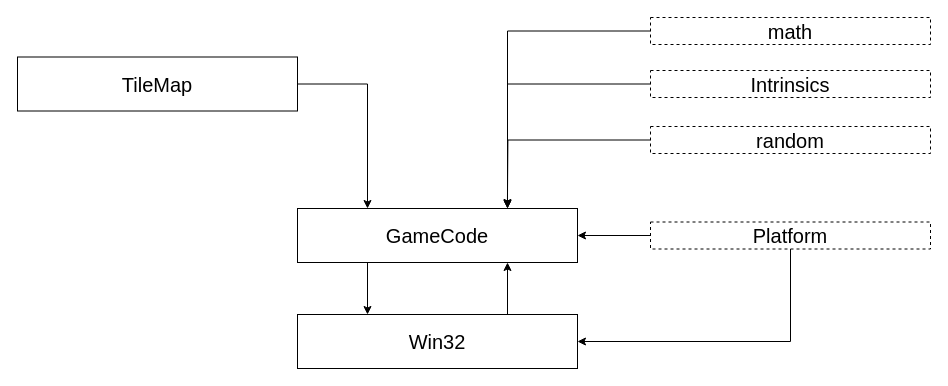
xiaodongYao/DrawIO keeps this draw.io diagram as page "Architecture" (2 of 4) of Handmadehero.drawio. Above is the earlier version. Source tidied: cells renumbered, new cells numbered last; positions are measured from the earlier drawing's top-left corner, leaving out a move shared by most shapes. Both pictures are drawn from the tidied source at 100%, with x=0, y=0 at pixel (17, 17).
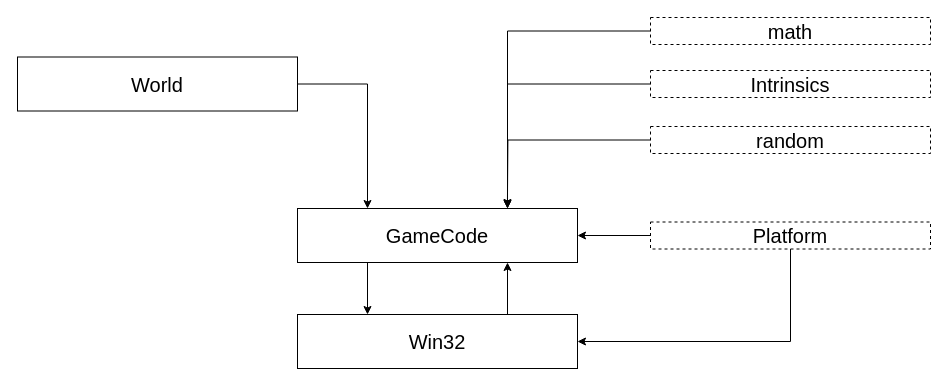
Above is the later version.

Diff of the diagram source:
```diff
@@
 <mxGraphModel>
   <root>
     <mxCell id="0" />
     <mxCell id="1" parent="0" />
     <mxCell id="2" style="edgeStyle=orthogonalEdgeStyle;rounded=0;jettySize=auto;html=1;exitX=0.75;exitY=0;exitDx=0;exitDy=0;entryX=0.75;entryY=1;entryDx=0;entryDy=0;" parent="1" edge="1" source="3" target="8">
       <mxGeometry relative="1" as="geometry" />
     </mxCell>
     <mxCell id="3" value="Win32" style="rounded=0;whiteSpace=wrap;html=1;fontSize=20;" parent="1" vertex="1">
       <mxGeometry x="280" y="297" width="280" height="54" as="geometry" />
     </mxCell>
     <mxCell id="4" style="edgeStyle=orthogonalEdgeStyle;rounded=0;jettySize=auto;html=1;exitX=0.5;exitY=1;exitDx=0;exitDy=0;entryX=1;entryY=0.5;entryDx=0;entryDy=0;" parent="1" edge="1" source="6" target="3">
       <mxGeometry relative="1" as="geometry" />
     </mxCell>
     <mxCell id="5" style="edgeStyle=orthogonalEdgeStyle;rounded=0;jettySize=auto;html=1;exitX=0;exitY=0.5;exitDx=0;exitDy=0;entryX=1;entryY=0.5;entryDx=0;entryDy=0;" parent="1" edge="1" source="6" target="8">
       <mxGeometry relative="1" as="geometry" />
     </mxCell>
     <mxCell id="6" value="Platform" style="rounded=0;whiteSpace=wrap;html=1;fontSize=20;dashed=1;" parent="1" vertex="1">
       <mxGeometry x="633" y="204.5" width="280" height="27" as="geometry" />
     </mxCell>
     <mxCell id="7" style="edgeStyle=orthogonalEdgeStyle;rounded=0;jettySize=auto;html=1;exitX=0.25;exitY=1;exitDx=0;exitDy=0;entryX=0.25;entryY=0;entryDx=0;entryDy=0;" parent="1" edge="1" source="8" target="3">
       <mxGeometry relative="1" as="geometry" />
     </mxCell>
     <mxCell id="8" value="GameCode" style="rounded=0;whiteSpace=wrap;html=1;fontSize=20;" parent="1" vertex="1">
       <mxGeometry x="280" y="191" width="280" height="54" as="geometry" />
     </mxCell>
     <mxCell id="9" style="edgeStyle=orthogonalEdgeStyle;rounded=0;jettySize=auto;html=1;exitX=1;exitY=0.5;exitDx=0;exitDy=0;entryX=0.25;entryY=0;entryDx=0;entryDy=0;" parent="1" edge="1" source="10" target="8">
       <mxGeometry relative="1" as="geometry" />
     </mxCell>
-    <mxCell id="10" value="TileMap" style="rounded=0;whiteSpace=wrap;html=1;fontSize=20;" parent="1" vertex="1">
+    <mxCell id="10" value="World" style="rounded=0;whiteSpace=wrap;html=1;fontSize=20;" parent="1" vertex="1">
       <mxGeometry y="39.5" width="280" height="54" as="geometry" />
     </mxCell>
     <mxCell id="11" style="edgeStyle=orthogonalEdgeStyle;rounded=0;jettySize=auto;html=1;exitX=0;exitY=0.5;exitDx=0;exitDy=0;entryX=0.75;entryY=0;entryDx=0;entryDy=0;" parent="1" edge="1" source="12" target="8">
       <mxGeometry relative="1" as="geometry" />
     </mxCell>
     <mxCell id="12" value="Intrinsics" style="rounded=0;whiteSpace=wrap;html=1;fontSize=20;dashed=1;" parent="1" vertex="1">
       <mxGeometry x="633" y="53" width="280" height="27" as="geometry" />
     </mxCell>
     <mxCell id="13" style="edgeStyle=orthogonalEdgeStyle;rounded=0;jettySize=auto;html=1;exitX=0;exitY=0.5;exitDx=0;exitDy=0;entryX=0.75;entryY=0;entryDx=0;entryDy=0;" parent="1" edge="1" source="14" target="8">
       <mxGeometry relative="1" as="geometry" />
     </mxCell>
     <mxCell id="14" value="math" style="rounded=0;whiteSpace=wrap;html=1;fontSize=20;dashed=1;" parent="1" vertex="1">
       <mxGeometry x="633" width="280" height="27" as="geometry" />
     </mxCell>
     <mxCell id="15" style="edgeStyle=orthogonalEdgeStyle;rounded=0;jettySize=auto;html=1;exitX=0;exitY=0.5;exitDx=0;exitDy=0;" parent="1" edge="1" source="16">
       <mxGeometry relative="1" as="geometry">
         <mxPoint x="489.9" y="189.9" as="targetPoint" />
       </mxGeometry>
     </mxCell>
     <mxCell id="16" value="random" style="rounded=0;whiteSpace=wrap;html=1;fontSize=20;dashed=1;" parent="1" vertex="1">
       <mxGeometry x="633" y="109" width="280" height="27" as="geometry" />
     </mxCell>
   </root>
 </mxGraphModel>
```
